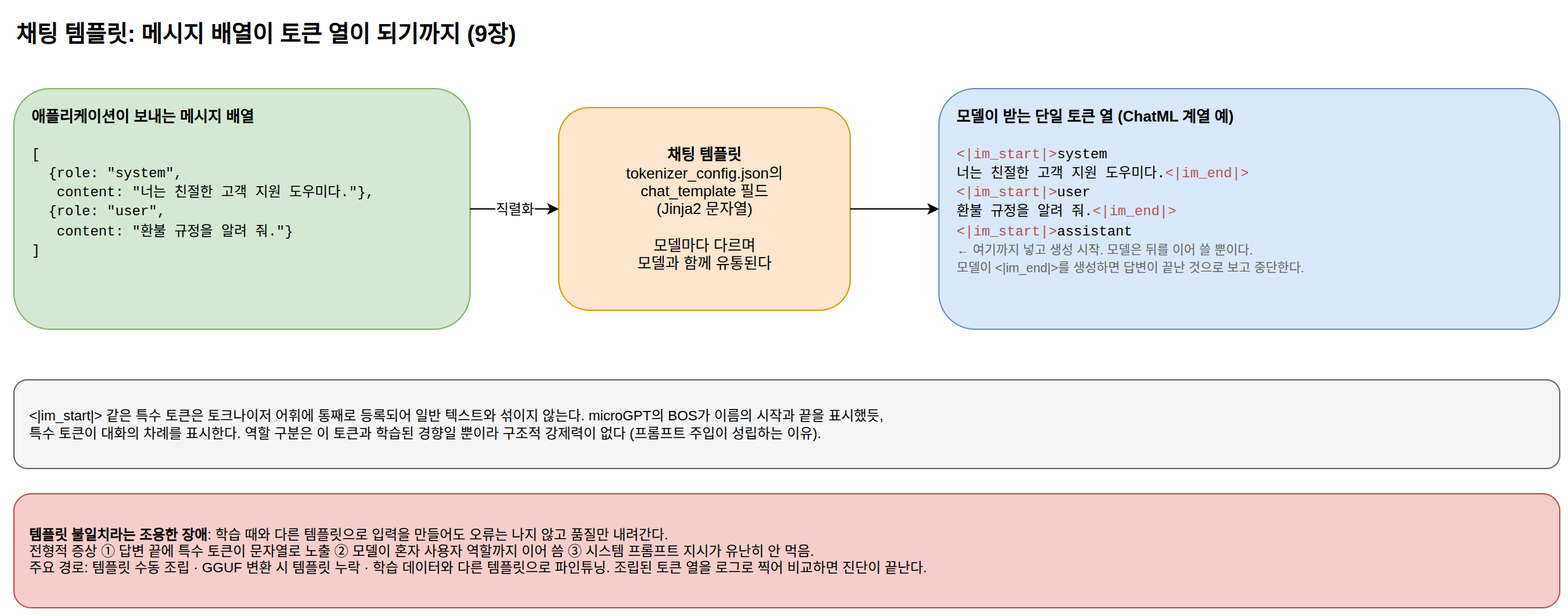
Earlier version of the draw.io export book/diagrams/ch10-chat-template.drawio.png (benelog/llm-principles). Source tidied: cells renumbered, new cells last; positions are measured from the earlier drawing's top-left corner, leaving out a move shared by most shapes.
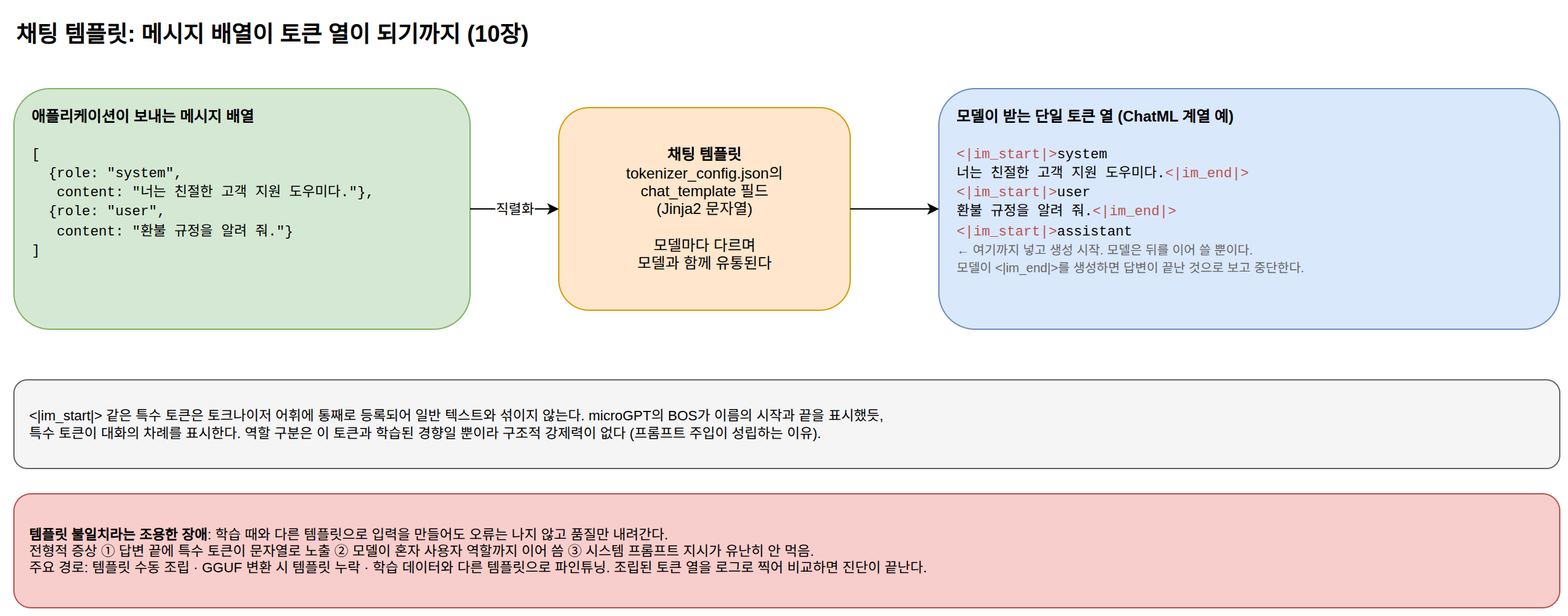
Later version of the same file.

Diff of the diagram source:
```diff
@@ -2,7 +2,7 @@
   <root>
     <mxCell id="0" />
     <mxCell id="1" parent="0" />
-    <mxCell id="2" value="채팅 템플릿: 메시지 배열이 토큰 열이 되기까지 (9장)" style="text;html=1;fontSize=18;fontStyle=1;align=left;" parent="1" vertex="1">
+    <mxCell id="2" value="채팅 템플릿: 메시지 배열이 토큰 열이 되기까지 (10장)" style="text;html=1;fontSize=18;fontStyle=1;align=left;" parent="1" vertex="1">
       <mxGeometry width="600" height="30" as="geometry" />
     </mxCell>
     <mxCell id="3" value="&lt;b&gt;애플리케이션이 보내는 메시지 배열&lt;/b&gt;&lt;br&gt;&lt;br&gt;&lt;font face=&quot;Courier New&quot; style=&quot;font-size:11px&quot;&gt;[&lt;br&gt;&amp;nbsp;&amp;nbsp;{role: &quot;system&quot;,&lt;br&gt;&amp;nbsp;&amp;nbsp;&amp;nbsp;content: &quot;너는 친절한 고객 지원 도우미다.&quot;},&lt;br&gt;&amp;nbsp;&amp;nbsp;{role: &quot;user&quot;,&lt;br&gt;&amp;nbsp;&amp;nbsp;&amp;nbsp;content: &quot;환불 규정을 알려 줘.&quot;}&lt;br&gt;]&lt;/font&gt;" style="rounded=1;whiteSpace=wrap;html=1;fillColor=#d5e8d4;strokeColor=#82b366;fontSize=12;align=left;spacingLeft=12;verticalAlign=top;spacingTop=8;" parent="1" vertex="1">
```
